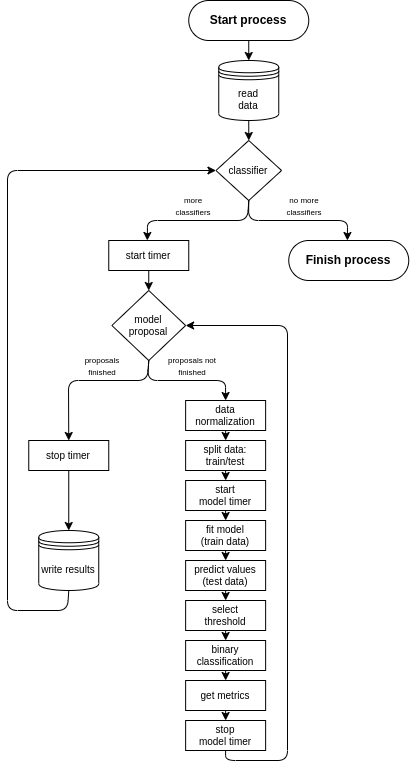
Earlier version of the draw.io export 3_figures/final_figures/fig4_modelling_flowchart.png (aitorvv/ML_individual_tree_mortality). Source tidied: cells renumbered, new cells last; positions are measured from the earlier drawing's top-left corner, leaving out a move shared by most shapes.
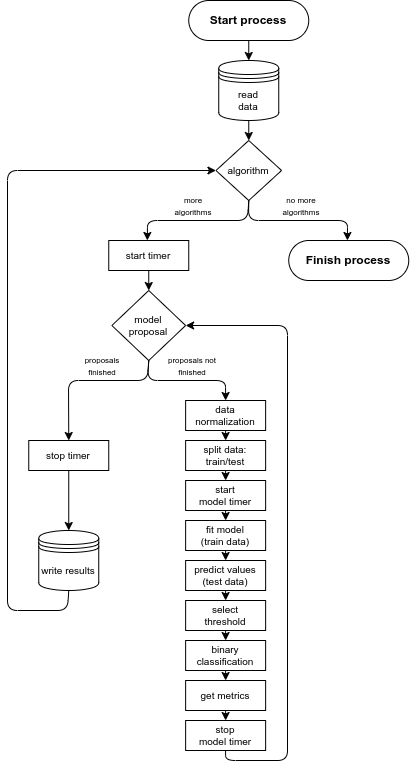
The same diagram one commit later.

What changed in the source:
```diff
@@ -77,7 +77,7 @@
     <mxCell id="26" value="&lt;span style=&quot;font-size: 8px;&quot;&gt;proposals finished&lt;/span&gt;" style="text;html=1;strokeColor=none;fillColor=none;align=center;verticalAlign=middle;whiteSpace=wrap;rounded=0;fontSize=10;" parent="1" vertex="1">
       <mxGeometry x="70" y="350" width="50" height="30" as="geometry" />
     </mxCell>
-    <mxCell id="27" value="&lt;font style=&quot;font-size: 10px;&quot;&gt;classifier&lt;br style=&quot;font-size: 10px;&quot;&gt;&lt;/font&gt;" style="rhombus;whiteSpace=wrap;html=1;fontSize=10;" parent="1" vertex="1">
+    <mxCell id="27" value="&lt;font style=&quot;font-size: 10px;&quot;&gt;algorithm&lt;br style=&quot;font-size: 10px;&quot;&gt;&lt;/font&gt;" style="rhombus;whiteSpace=wrap;html=1;fontSize=10;" parent="1" vertex="1">
       <mxGeometry x="208.4" y="140" width="65.6" height="60" as="geometry" />
     </mxCell>
     <mxCell id="28" style="endArrow=classic;html=1;entryX=0.5;entryY=0;entryDx=0;entryDy=0;exitX=0.5;exitY=1;exitDx=0;exitDy=0;" parent="1" edge="1" source="6" target="13">
@@ -122,10 +122,10 @@
         </Array>
       </mxGeometry>
     </mxCell>
-    <mxCell id="33" value="&lt;span style=&quot;font-size: 8px;&quot;&gt;no more classifiers&lt;/span&gt;" style="text;html=1;strokeColor=none;fillColor=none;align=center;verticalAlign=middle;whiteSpace=wrap;rounded=0;fontSize=10;" parent="1" vertex="1">
-      <mxGeometry x="274.1" y="190" width="45.9" height="30" as="geometry" />
+    <mxCell id="33" value="&lt;span style=&quot;font-size: 8px;&quot;&gt;no more algorithms&lt;/span&gt;" style="text;html=1;strokeColor=none;fillColor=none;align=center;verticalAlign=middle;whiteSpace=wrap;rounded=0;fontSize=10;" parent="1" vertex="1">
+      <mxGeometry x="271.2" y="190" width="45.9" height="30" as="geometry" />
     </mxCell>
-    <mxCell id="34" value="&lt;span style=&quot;font-size: 8px;&quot;&gt;more classifiers&lt;/span&gt;" style="text;html=1;strokeColor=none;fillColor=none;align=center;verticalAlign=middle;whiteSpace=wrap;rounded=0;fontSize=10;" parent="1" vertex="1">
+    <mxCell id="34" value="&lt;span style=&quot;font-size: 8px;&quot;&gt;more algorithms&lt;/span&gt;" style="text;html=1;strokeColor=none;fillColor=none;align=center;verticalAlign=middle;whiteSpace=wrap;rounded=0;fontSize=10;" parent="1" vertex="1">
       <mxGeometry x="162.5" y="190" width="45.9" height="30" as="geometry" />
     </mxCell>
     <mxCell id="35" style="endArrow=classic;html=1;exitX=0.5;exitY=1;exitDx=0;exitDy=0;entryX=0.5;entryY=0;entryDx=0;entryDy=0;" parent="1" edge="1" source="2" target="27">
```
